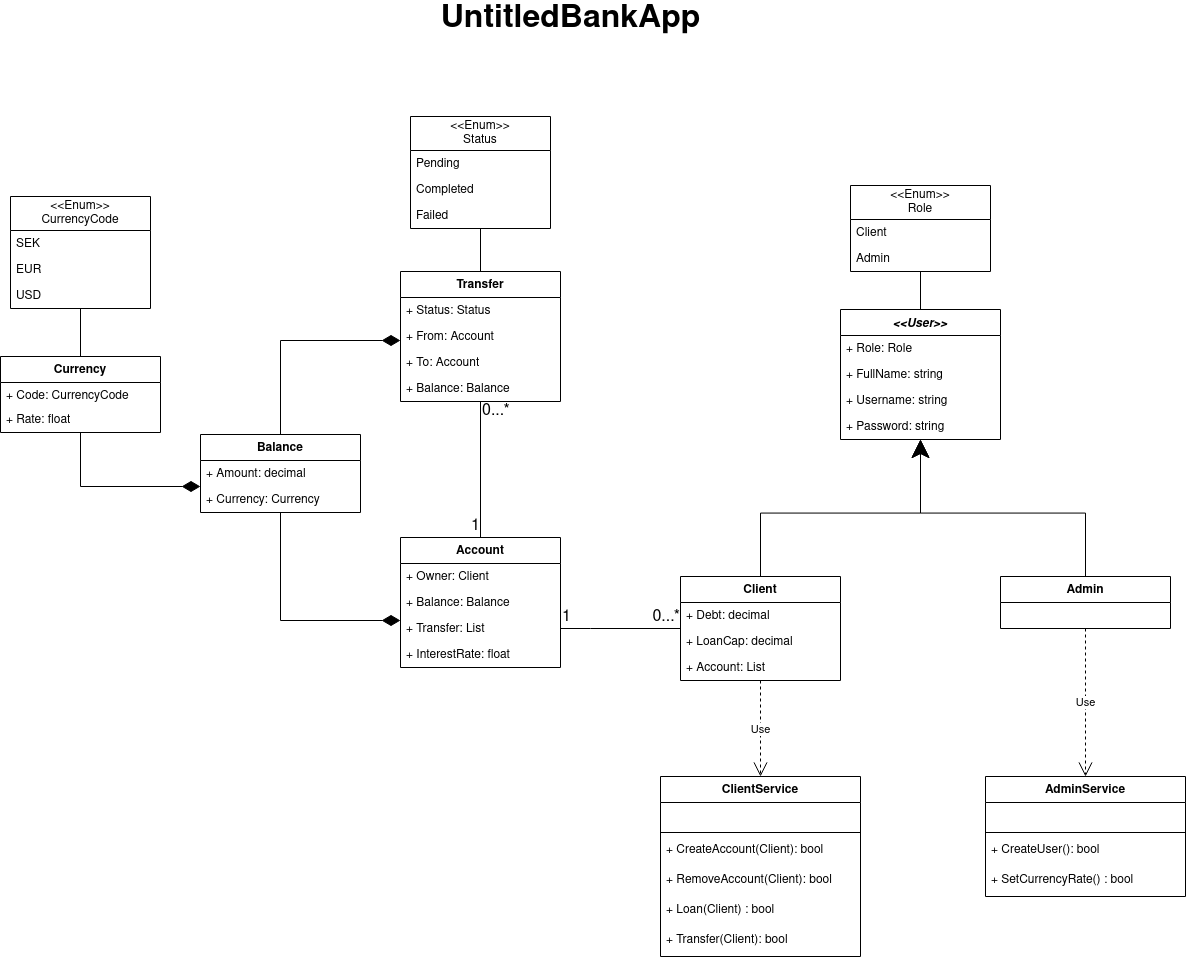
Earlier version of the draw.io export .github/images/UntitledBankApp.drawio.png (ByteBears-NET23/UntitledBankApp). Source tidied: cells renumbered, new cells last; positions are measured from the earlier drawing's top-left corner, leaving out a move shared by most shapes.
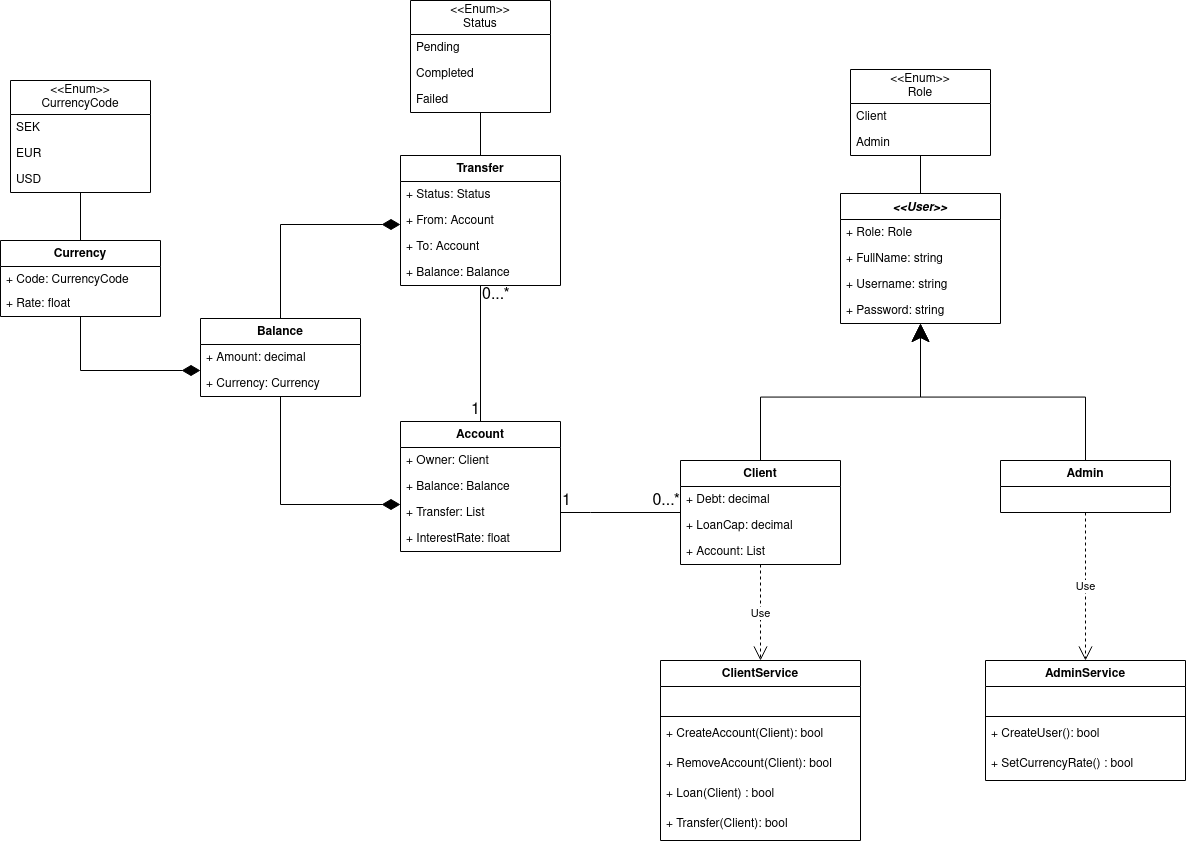
The same diagram one commit later.

Diff of the diagram source:
```diff
@@ -155,9 +155,6 @@
     <mxCell id="46" value="+ InterestRate: float" style="text;strokeColor=none;fillColor=none;align=left;verticalAlign=top;spacingLeft=4;spacingRight=4;overflow=hidden;whiteSpace=wrap;html=1;" parent="42" vertex="1">
       <mxGeometry y="104" width="160" height="26" as="geometry" />
     </mxCell>
-    <mxCell id="47" value="UntitledBankApp" style="text;align=center;fontStyle=1;verticalAlign=middle;spacingLeft=3;spacingRight=3;strokeColor=none;html=1;fontSize=32;" parent="1" vertex="1">
-      <mxGeometry x="490" width="160" height="26" as="geometry" />
-    </mxCell>
     <mxCell id="48" value="ClientService" style="swimlane;fontStyle=1;align=center;verticalAlign=top;horizontal=1;startSize=26;whiteSpace=wrap;html=1;" parent="1" vertex="1">
       <mxGeometry x="660" y="770" width="200" height="180" as="geometry" />
     </mxCell>
```
